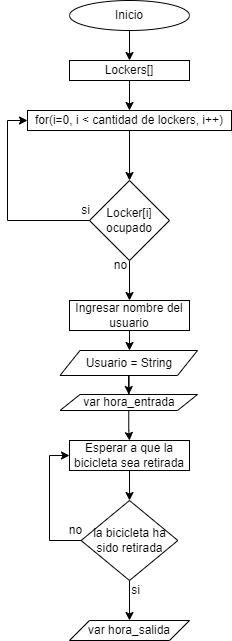
The draw.io diagram Locker para bicicletas.png in dasamepu/Flujo-de-funciones-para-encapsular-algoritmos, before a commit. Source tidied: cells renumbered, new cells last; positions are measured from the earlier drawing's top-left corner, leaving out a move shared by most shapes.
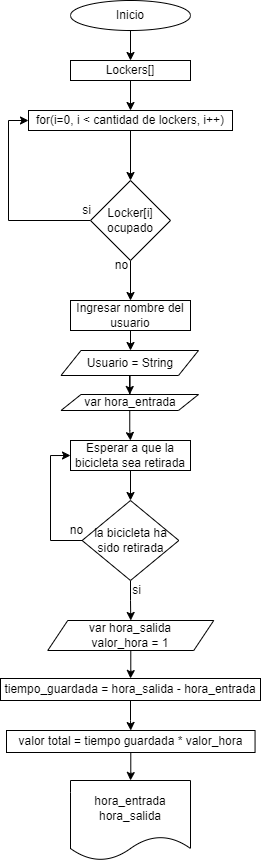
The same file after the commit.

The edit, as a diff of the source:
```diff
@@ -76,11 +76,29 @@
     <mxCell id="24" value="no" style="text;html=1;align=center;verticalAlign=middle;strokeColor=none;fillColor=none;" parent="1" vertex="1">
       <mxGeometry x="48" y="515" width="40" height="30" as="geometry" />
     </mxCell>
+    <mxCell id="27" style="edgeStyle=orthogonalEdgeStyle;rounded=0;jettySize=auto;html=1;" parent="1" edge="1" source="25" target="29">
+      <mxGeometry relative="1" as="geometry" />
+    </mxCell>
-    <mxCell id="25" value="var hora_salida" style="shape=parallelogram;perimeter=parallelogramPerimeter;whiteSpace=wrap;html=1;fixedSize=1;" parent="1" vertex="1">
-      <mxGeometry x="62" y="620" width="120" height="20" as="geometry" />
+    <mxCell id="25" value="var hora_salida&lt;br&gt;valor_hora = 1&lt;br&gt;" style="shape=parallelogram;perimeter=parallelogramPerimeter;whiteSpace=wrap;html=1;fixedSize=1;" parent="1" vertex="1">
+      <mxGeometry x="39.2" y="620" width="166" height="30" as="geometry" />
     </mxCell>
     <mxCell id="26" value="si" style="text;html=1;align=center;verticalAlign=middle;strokeColor=none;fillColor=none;" parent="1" vertex="1">
       <mxGeometry x="113" y="575" width="30" height="30" as="geometry" />
     </mxCell>
+    <mxCell id="28" style="edgeStyle=orthogonalEdgeStyle;rounded=0;jettySize=auto;html=1;" parent="1" edge="1" source="29" target="31">
+      <mxGeometry relative="1" as="geometry" />
+    </mxCell>
+    <mxCell id="29" value="tiempo_guardada = hora_salida - hora_entrada" style="whiteSpace=wrap;html=1;" parent="1" vertex="1">
+      <mxGeometry x="-8" y="678" width="260" height="22" as="geometry" />
+    </mxCell>
+    <mxCell id="30" style="edgeStyle=orthogonalEdgeStyle;rounded=0;jettySize=auto;html=1;" parent="1" edge="1" source="31" target="32">
+      <mxGeometry relative="1" as="geometry" />
+    </mxCell>
+    <mxCell id="31" value="valor total = tiempo guardada * valor_hora" style="whiteSpace=wrap;html=1;" parent="1" vertex="1">
+      <mxGeometry x="-2" y="730" width="248.6" height="22" as="geometry" />
+    </mxCell>
+    <mxCell id="32" value="hora_entrada&lt;br&gt;hora_salida&lt;br&gt;" style="shape=document;whiteSpace=wrap;html=1;boundedLbl=1;" parent="1" vertex="1">
+      <mxGeometry x="62" y="780" width="120" height="80" as="geometry" />
+    </mxCell>
   </root>
 </mxGraphModel>
```
